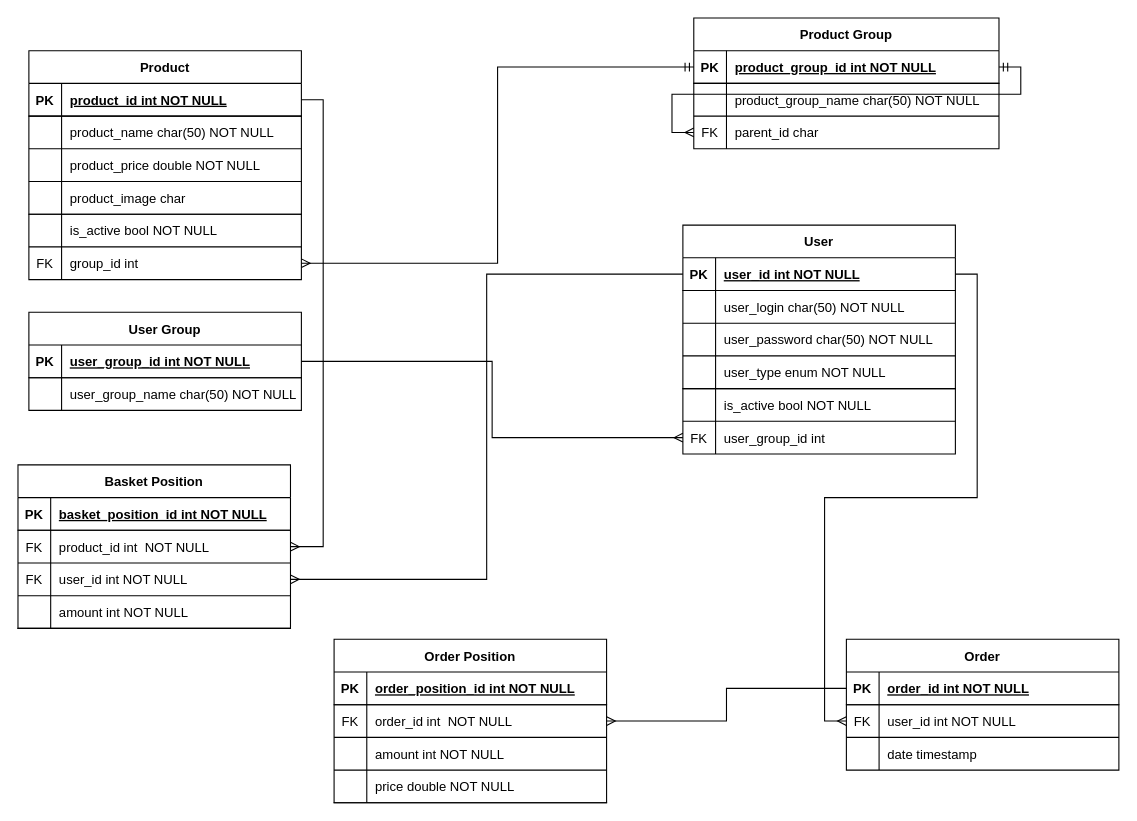
The draw.io diagram Diagram bez tytułu.drawio in RafalSzyg-cdetheglbe/prog-baz, before the edit. Source tidied: cells renumbered, new cells numbered last; positions are measured from the earlier drawing's top-left corner, leaving out a move shared by most shapes. Both pictures are drawn from the tidied source at 109%, with x=0, y=0 at pixel (17, 17).
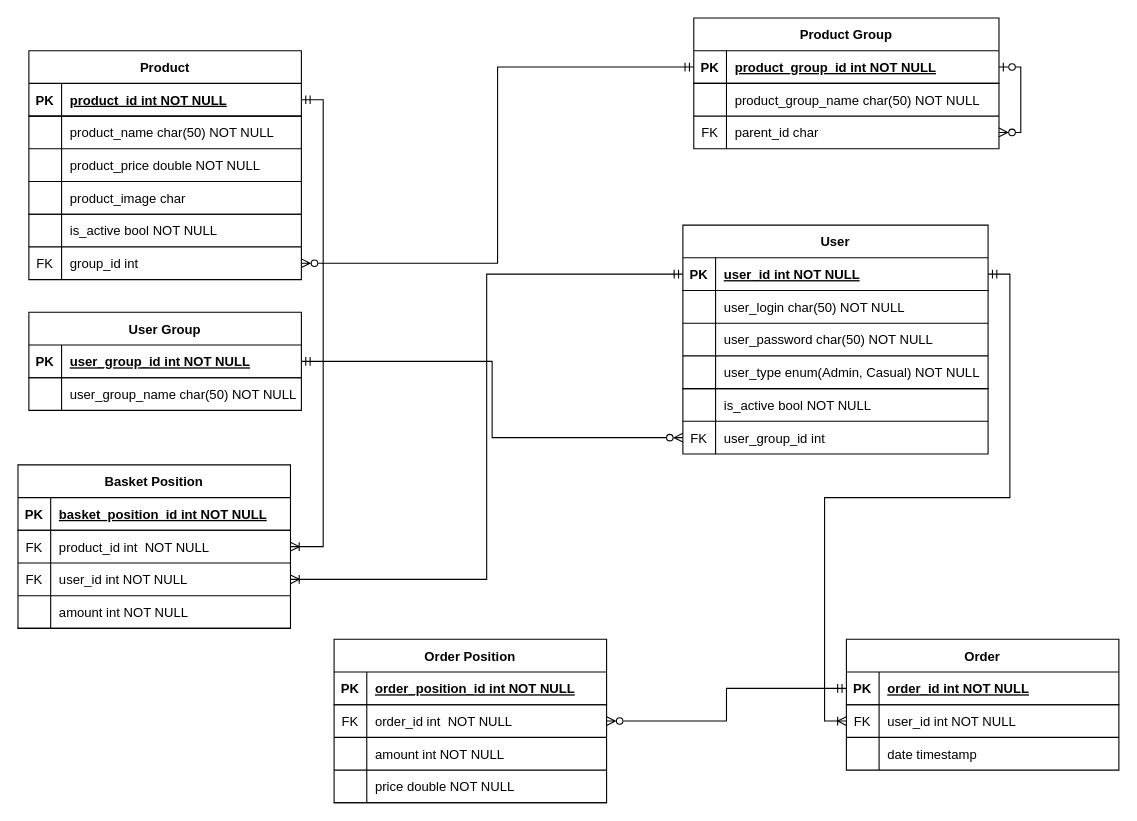
The same diagram, later.

Unchanged cells that the change refers to:
```xml
<mxCell id="3" style="shape=partialRectangle;fillColor=none;points=[[0,0.5],[1,0.5]];portConstraint=eastwest;top=0;left=0;right=0;bottom=1;" parent="2" vertex="1">
  <mxGeometry y="30" width="250" height="30" as="geometry" />
</mxCell>
<mxCell id="18" style="shape=partialRectangle;fillColor=none;points=[[0,0.5],[1,0.5]];portConstraint=eastwest;top=0;left=0;right=0;bottom=0;" parent="2" vertex="1">
  <mxGeometry y="180" width="250" height="30" as="geometry" />
</mxCell>
<mxCell id="22" style="shape=partialRectangle;fillColor=none;points=[[0,0.5],[1,0.5]];portConstraint=eastwest;top=0;left=0;right=0;bottom=1;" parent="21" vertex="1">
  <mxGeometry y="30" width="280" height="30" as="geometry" />
</mxCell>
<mxCell id="28" style="shape=partialRectangle;fillColor=none;points=[[0,0.5],[1,0.5]];portConstraint=eastwest;top=0;left=0;right=0;bottom=0;" parent="21" vertex="1">
  <mxGeometry y="90" width="280" height="30" as="geometry" />
</mxCell>
<mxCell id="52" style="shape=partialRectangle;fillColor=none;points=[[0,0.5],[1,0.5]];portConstraint=eastwest;top=0;left=0;right=0;bottom=1;" parent="51" vertex="1">
  <mxGeometry y="30" width="250" height="30" as="geometry" />
</mxCell>
<mxCell id="62" style="shape=partialRectangle;fillColor=none;points=[[0,0.5],[1,0.5]];portConstraint=eastwest;top=0;left=0;right=0;bottom=0;" parent="58" vertex="1">
  <mxGeometry y="60" width="250" height="30" as="geometry" />
</mxCell>
<mxCell id="65" style="shape=partialRectangle;fillColor=none;points=[[0,0.5],[1,0.5]];portConstraint=eastwest;top=0;left=0;right=0;bottom=0;" parent="58" vertex="1">
  <mxGeometry y="90" width="250" height="30" as="geometry" />
</mxCell>
<mxCell id="72" style="shape=partialRectangle;fillColor=none;points=[[0,0.5],[1,0.5]];portConstraint=eastwest;top=0;left=0;right=0;bottom=1;" parent="71" vertex="1">
  <mxGeometry y="30" width="250" height="30" as="geometry" />
</mxCell>
<mxCell id="75" style="shape=partialRectangle;fillColor=none;points=[[0,0.5],[1,0.5]];portConstraint=eastwest;top=0;left=0;right=0;bottom=0;" parent="71" vertex="1">
  <mxGeometry y="60" width="250" height="30" as="geometry" />
</mxCell>
<mxCell id="85" style="shape=partialRectangle;fillColor=none;points=[[0,0.5],[1,0.5]];portConstraint=eastwest;top=0;left=0;right=0;bottom=0;" parent="81" vertex="1">
  <mxGeometry y="60" width="250" height="30" as="geometry" />
</mxCell>
```

The edit, as a diff of the source:
```diff
@@
-    <mxCell id="31" style="edgeStyle=orthogonalEdgeStyle;rounded=0;jettySize=auto;html=1;entryX=1;entryY=0.5;entryDx=0;entryDy=0;endArrow=ERmandOne;endFill=0;startArrow=ERmany;startFill=0;" parent="1" edge="1" source="28" target="22">
+    <mxCell id="31" style="edgeStyle=orthogonalEdgeStyle;rounded=0;jettySize=auto;html=1;entryX=1;entryY=0.5;entryDx=0;entryDy=0;endArrow=ERzeroToOne;endFill=0;startArrow=ERzeroToMany;startFill=0;exitX=1;exitY=0.5;exitDx=0;exitDy=0;" parent="1" edge="1" source="28" target="22">
       <mxGeometry relative="1" as="geometry" />
     </mxCell>
     <mxCell id="32" value="User" style="shape=table;startSize=30;childLayout=tableLayout;rowLines=1;fontStyle=1;align=center;" parent="1" vertex="1">
-      <mxGeometry x="610" y="190" width="250" height="210" as="geometry" />
+      <mxGeometry x="610" y="190" width="280" height="210" as="geometry" />
     </mxCell>
     <mxCell id="33" style="shape=partialRectangle;fillColor=none;points=[[0,0.5],[1,0.5]];portConstraint=eastwest;top=0;left=0;right=0;bottom=1;" parent="32" vertex="1">
-      <mxGeometry y="30" width="250" height="30" as="geometry" />
+      <mxGeometry y="30" width="280" height="30" as="geometry" />
     </mxCell>
@@
     <mxCell id="35" value="user_id int NOT NULL" style="shape=partialRectangle;overflow=hidden;fillColor=none;top=0;left=0;bottom=0;right=0;align=left;spacingLeft=6;fontStyle=5;" parent="33" vertex="1">
-      <mxGeometry x="30" width="220" height="30" as="geometry" />
+      <mxGeometry x="30" width="250" height="30" as="geometry" />
     </mxCell>
     <mxCell id="36" style="shape=partialRectangle;fillColor=none;top=0;left=0;right=0;bottom=0;" parent="32" vertex="1">
-      <mxGeometry y="60" width="250" height="30" as="geometry" />
+      <mxGeometry y="60" width="280" height="30" as="geometry" />
     </mxCell>
@@
     <mxCell id="38" value="user_login char(50) NOT NULL" style="shape=partialRectangle;overflow=hidden;fillColor=none;top=0;left=0;bottom=0;right=0;align=left;spacingLeft=6;" parent="36" vertex="1">
-      <mxGeometry x="30" width="220" height="30" as="geometry" />
+      <mxGeometry x="30" width="250" height="30" as="geometry" />
     </mxCell>
     <mxCell id="39" style="shape=partialRectangle;fillColor=none;top=0;left=0;right=0;bottom=0;" parent="32" vertex="1">
-      <mxGeometry y="90" width="250" height="30" as="geometry" />
+      <mxGeometry y="90" width="280" height="30" as="geometry" />
     </mxCell>
@@
     <mxCell id="41" value="user_password char(50) NOT NULL" style="shape=partialRectangle;overflow=hidden;fillColor=none;top=0;left=0;bottom=0;right=0;align=left;spacingLeft=6;" parent="39" vertex="1">
-      <mxGeometry x="30" width="220" height="30" as="geometry" />
+      <mxGeometry x="30" width="250" height="30" as="geometry" />
     </mxCell>
     <mxCell id="42" style="shape=partialRectangle;fillColor=none;top=0;left=0;right=0;bottom=1;" parent="32" vertex="1">
-      <mxGeometry y="120" width="250" height="30" as="geometry" />
+      <mxGeometry y="120" width="280" height="30" as="geometry" />
     </mxCell>
@@
-    <mxCell id="44" value="user_type enum NOT NULL" style="shape=partialRectangle;overflow=hidden;fillColor=none;top=0;left=0;bottom=0;right=0;align=left;spacingLeft=6;fontStyle=0;" parent="42" vertex="1">
-      <mxGeometry x="30" width="220" height="30" as="geometry" />
+    <mxCell id="44" value="user_type enum(Admin, Casual) NOT NULL" style="shape=partialRectangle;overflow=hidden;fillColor=none;top=0;left=0;bottom=0;right=0;align=left;spacingLeft=6;fontStyle=0;" parent="42" vertex="1">
+      <mxGeometry x="30" width="250" height="30" as="geometry" />
     </mxCell>
     <mxCell id="45" style="shape=partialRectangle;fillColor=none;top=0;left=0;right=0;bottom=0;" parent="32" vertex="1">
-      <mxGeometry y="150" width="250" height="30" as="geometry" />
+      <mxGeometry y="150" width="280" height="30" as="geometry" />
     </mxCell>
@@
     <mxCell id="47" value="is_active bool NOT NULL" style="shape=partialRectangle;overflow=hidden;fillColor=none;top=0;left=0;bottom=0;right=0;align=left;spacingLeft=6;" parent="45" vertex="1">
-      <mxGeometry x="30" width="220" height="30" as="geometry" />
+      <mxGeometry x="30" width="250" height="30" as="geometry" />
     </mxCell>
     <mxCell id="48" style="shape=partialRectangle;fillColor=none;points=[[0,0.5],[1,0.5]];portConstraint=eastwest;top=0;left=0;right=0;bottom=0;" parent="32" vertex="1">
-      <mxGeometry y="180" width="250" height="30" as="geometry" />
+      <mxGeometry y="180" width="280" height="30" as="geometry" />
     </mxCell>
@@
     <mxCell id="50" value="user_group_id int " style="shape=partialRectangle;overflow=hidden;fillColor=none;top=0;left=0;bottom=0;right=0;align=left;spacingLeft=6;" parent="48" vertex="1">
-      <mxGeometry x="30" width="220" height="30" as="geometry" />
+      <mxGeometry x="30" width="250" height="30" as="geometry" />
     </mxCell>
@@
-    <mxCell id="94" style="edgeStyle=orthogonalEdgeStyle;rounded=0;jettySize=auto;html=1;exitX=0;exitY=0.5;exitDx=0;exitDy=0;entryX=1;entryY=0.5;entryDx=0;entryDy=0;endArrow=none;endFill=0;startArrow=ERmany;startFill=0;" parent="1" edge="1" source="48" target="52">
+    <mxCell id="94" style="edgeStyle=orthogonalEdgeStyle;rounded=0;jettySize=auto;html=1;exitX=0;exitY=0.5;exitDx=0;exitDy=0;entryX=1;entryY=0.5;entryDx=0;entryDy=0;endArrow=ERmandOne;endFill=0;startArrow=ERzeroToMany;startFill=0;" parent="1" edge="1" source="48" target="52">
       <mxGeometry relative="1" as="geometry" />
     </mxCell>
-    <mxCell id="95" style="edgeStyle=orthogonalEdgeStyle;rounded=0;jettySize=auto;html=1;entryX=0;entryY=0.5;entryDx=0;entryDy=0;endArrow=none;endFill=0;startArrow=ERmany;startFill=0;" parent="1" edge="1" source="65" target="33">
+    <mxCell id="95" style="edgeStyle=orthogonalEdgeStyle;rounded=0;jettySize=auto;html=1;entryX=0;entryY=0.5;entryDx=0;entryDy=0;endArrow=ERmandOne;endFill=0;startArrow=ERoneToMany;startFill=0;" parent="1" edge="1" source="65" target="33">
       <mxGeometry relative="1" as="geometry" />
     </mxCell>
-    <mxCell id="96" style="edgeStyle=orthogonalEdgeStyle;rounded=0;jettySize=auto;html=1;exitX=1;exitY=0.5;exitDx=0;exitDy=0;entryX=1;entryY=0.5;entryDx=0;entryDy=0;endArrow=none;endFill=0;startArrow=ERmany;startFill=0;" parent="1" edge="1" source="62" target="3">
+    <mxCell id="96" style="edgeStyle=orthogonalEdgeStyle;rounded=0;jettySize=auto;html=1;exitX=1;exitY=0.5;exitDx=0;exitDy=0;entryX=1;entryY=0.5;entryDx=0;entryDy=0;endArrow=ERmandOne;endFill=0;startArrow=ERoneToMany;startFill=0;" parent="1" edge="1" source="62" target="3">
       <mxGeometry relative="1" as="geometry" />
     </mxCell>
-    <mxCell id="97" style="edgeStyle=orthogonalEdgeStyle;rounded=0;jettySize=auto;html=1;exitX=1;exitY=0.5;exitDx=0;exitDy=0;entryX=0;entryY=0.5;entryDx=0;entryDy=0;startArrow=ERmany;startFill=0;endArrow=ERmandOne;endFill=0;" parent="1" edge="1" source="18" target="22">
+    <mxCell id="97" style="edgeStyle=orthogonalEdgeStyle;rounded=0;jettySize=auto;html=1;exitX=1;exitY=0.5;exitDx=0;exitDy=0;entryX=0;entryY=0.5;entryDx=0;entryDy=0;startArrow=ERzeroToMany;startFill=0;endArrow=ERmandOne;endFill=0;" parent="1" edge="1" source="18" target="22">
       <mxGeometry relative="1" as="geometry" />
     </mxCell>
-    <mxCell id="98" style="edgeStyle=orthogonalEdgeStyle;rounded=0;jettySize=auto;html=1;entryX=0;entryY=0.5;entryDx=0;entryDy=0;endArrow=none;endFill=0;startArrow=ERmany;startFill=0;exitX=1;exitY=0.5;exitDx=0;exitDy=0;" parent="1" edge="1" source="85" target="72">
+    <mxCell id="98" style="edgeStyle=orthogonalEdgeStyle;rounded=0;jettySize=auto;html=1;entryX=0;entryY=0.5;entryDx=0;entryDy=0;endArrow=ERmandOne;endFill=0;startArrow=ERzeroToMany;startFill=0;exitX=1;exitY=0.5;exitDx=0;exitDy=0;" parent="1" edge="1" source="85" target="72">
       <mxGeometry relative="1" as="geometry" />
     </mxCell>
-    <mxCell id="99" style="edgeStyle=orthogonalEdgeStyle;rounded=0;jettySize=auto;html=1;entryX=1;entryY=0.5;entryDx=0;entryDy=0;endArrow=none;endFill=0;startArrow=ERmany;startFill=0;" parent="1" edge="1" source="75" target="33">
+    <mxCell id="99" style="edgeStyle=orthogonalEdgeStyle;rounded=0;jettySize=auto;html=1;entryX=1;entryY=0.5;entryDx=0;entryDy=0;endArrow=ERmandOne;endFill=0;startArrow=ERoneToMany;startFill=0;" parent="1" edge="1" source="75" target="33">
       <mxGeometry relative="1" as="geometry" />
     </mxCell>
```
